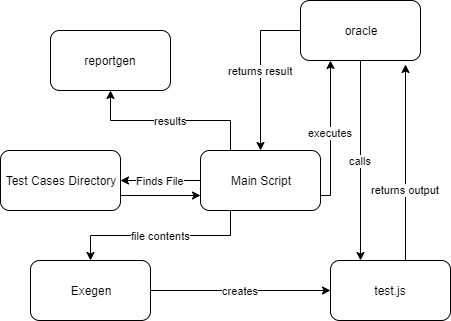
This is assets/Structural-Diagram-New.png from swapnil1198s/Nightscout-test-scripting, a draw.io export, as it was before one commit. Source tidied: cells renumbered, new cells last; positions are measured from the earlier drawing's top-left corner, leaving out a move shared by most shapes. The source it was exported from:
```xml
<mxGraphModel>
  <root>
    <mxCell id="0" />
    <mxCell id="1" parent="0" />
    <mxCell id="2" value="Finds File" style="edgeStyle=orthogonalEdgeStyle;rounded=0;jettySize=auto;html=1;" parent="1" edge="1" source="6" target="8">
      <mxGeometry relative="1" as="geometry" />
    </mxCell>
    <mxCell id="3" value="file contents" style="edgeStyle=orthogonalEdgeStyle;rounded=0;jettySize=auto;html=1;exitX=0.25;exitY=1;exitDx=0;exitDy=0;entryX=0.5;entryY=0;entryDx=0;entryDy=0;" parent="1" edge="1" source="6" target="9">
      <mxGeometry relative="1" as="geometry" />
    </mxCell>
    <mxCell id="4" value="executes" style="edgeStyle=orthogonalEdgeStyle;rounded=0;jettySize=auto;html=1;exitX=1;exitY=0.75;exitDx=0;exitDy=0;entryX=0.25;entryY=1;entryDx=0;entryDy=0;" parent="1" edge="1" source="6" target="13">
      <mxGeometry relative="1" as="geometry">
        <Array as="points">
          <mxPoint x="330" y="195" />
        </Array>
      </mxGeometry>
    </mxCell>
    <mxCell id="5" value="results" style="edgeStyle=orthogonalEdgeStyle;rounded=0;jettySize=auto;html=1;exitX=0.25;exitY=0;exitDx=0;exitDy=0;entryX=0.5;entryY=1;entryDx=0;entryDy=0;" parent="1" edge="1" source="6" target="14">
      <mxGeometry relative="1" as="geometry" />
    </mxCell>
    <mxCell id="6" value="Main Script" style="rounded=1;whiteSpace=wrap;html=1;" parent="1" vertex="1">
      <mxGeometry x="200" y="150" width="120" height="60" as="geometry" />
    </mxCell>
    <mxCell id="7" style="edgeStyle=orthogonalEdgeStyle;rounded=0;jettySize=auto;html=1;exitX=1;exitY=0.75;exitDx=0;exitDy=0;entryX=0;entryY=0.75;entryDx=0;entryDy=0;" parent="1" edge="1" source="8" target="6">
      <mxGeometry relative="1" as="geometry" />
    </mxCell>
    <mxCell id="8" value="Test Cases Directory" style="rounded=1;whiteSpace=wrap;html=1;" parent="1" vertex="1">
      <mxGeometry y="150" width="120" height="60" as="geometry" />
    </mxCell>
    <mxCell id="9" value="Exegen" style="rounded=1;whiteSpace=wrap;html=1;" parent="1" vertex="1">
      <mxGeometry x="30" y="260" width="120" height="60" as="geometry" />
    </mxCell>
    <mxCell id="10" value="returns output" style="edgeStyle=orthogonalEdgeStyle;rounded=0;jettySize=auto;html=1;entryX=0.875;entryY=1.067;entryDx=0;entryDy=0;entryPerimeter=0;exitX=0.633;exitY=0;exitDx=0;exitDy=0;exitPerimeter=0;" parent="1" edge="1" source="15" target="13">
      <mxGeometry relative="1" as="geometry">
        <Array as="points">
          <mxPoint x="406" y="287" />
          <mxPoint x="405" y="287" />
        </Array>
      </mxGeometry>
    </mxCell>
    <mxCell id="11" value="returns result" style="edgeStyle=orthogonalEdgeStyle;rounded=0;jettySize=auto;html=1;exitX=0;exitY=0.5;exitDx=0;exitDy=0;entryX=0.5;entryY=0;entryDx=0;entryDy=0;" parent="1" edge="1" source="13" target="6">
      <mxGeometry relative="1" as="geometry">
        <Array as="points">
          <mxPoint x="260" y="30" />
        </Array>
      </mxGeometry>
    </mxCell>
    <mxCell id="12" value="calls" style="edgeStyle=orthogonalEdgeStyle;rounded=0;jettySize=auto;html=1;exitX=0.5;exitY=1;exitDx=0;exitDy=0;entryX=0.25;entryY=0;entryDx=0;entryDy=0;" parent="1" edge="1" source="13" target="15">
      <mxGeometry relative="1" as="geometry" />
    </mxCell>
    <mxCell id="13" value="oracle" style="rounded=1;whiteSpace=wrap;html=1;" parent="1" vertex="1">
      <mxGeometry x="300" width="120" height="60" as="geometry" />
    </mxCell>
    <mxCell id="14" value="reportgen" style="rounded=1;whiteSpace=wrap;html=1;" parent="1" vertex="1">
      <mxGeometry x="50" y="30" width="120" height="60" as="geometry" />
    </mxCell>
    <mxCell id="15" value="test.js" style="rounded=1;whiteSpace=wrap;html=1;" parent="1" vertex="1">
      <mxGeometry x="330" y="260" width="120" height="60" as="geometry" />
    </mxCell>
    <mxCell id="16" value="creates" style="edgeStyle=orthogonalEdgeStyle;rounded=0;jettySize=auto;html=1;exitX=1;exitY=0.5;exitDx=0;exitDy=0;entryX=0;entryY=0.5;entryDx=0;entryDy=0;" parent="1" edge="1" source="9" target="15">
      <mxGeometry relative="1" as="geometry" />
    </mxCell>
  </root>
</mxGraphModel>
```
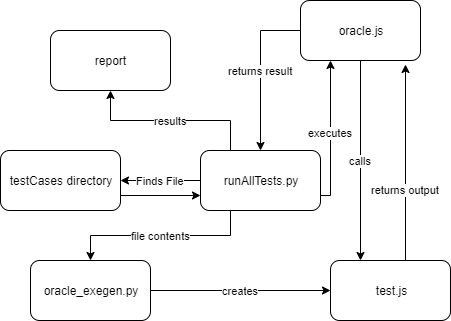
The same diagram one commit later.

Diff of the diagram source:
```diff
@@ -18,16 +18,16 @@
     <mxCell id="5" value="results" style="edgeStyle=orthogonalEdgeStyle;rounded=0;jettySize=auto;html=1;exitX=0.25;exitY=0;exitDx=0;exitDy=0;entryX=0.5;entryY=1;entryDx=0;entryDy=0;" parent="1" edge="1" source="6" target="14">
       <mxGeometry relative="1" as="geometry" />
     </mxCell>
-    <mxCell id="6" value="Main Script" style="rounded=1;whiteSpace=wrap;html=1;" parent="1" vertex="1">
+    <mxCell id="6" value="runAllTests.py" style="rounded=1;whiteSpace=wrap;html=1;" parent="1" vertex="1">
       <mxGeometry x="200" y="150" width="120" height="60" as="geometry" />
     </mxCell>
     <mxCell id="7" style="edgeStyle=orthogonalEdgeStyle;rounded=0;jettySize=auto;html=1;exitX=1;exitY=0.75;exitDx=0;exitDy=0;entryX=0;entryY=0.75;entryDx=0;entryDy=0;" parent="1" edge="1" source="8" target="6">
       <mxGeometry relative="1" as="geometry" />
     </mxCell>
-    <mxCell id="8" value="Test Cases Directory" style="rounded=1;whiteSpace=wrap;html=1;" parent="1" vertex="1">
+    <mxCell id="8" value="testCases directory" style="rounded=1;whiteSpace=wrap;html=1;" parent="1" vertex="1">
       <mxGeometry y="150" width="120" height="60" as="geometry" />
     </mxCell>
-    <mxCell id="9" value="Exegen" style="rounded=1;whiteSpace=wrap;html=1;" parent="1" vertex="1">
+    <mxCell id="9" value="oracle_exegen.py" style="rounded=1;whiteSpace=wrap;html=1;" parent="1" vertex="1">
       <mxGeometry x="30" y="260" width="120" height="60" as="geometry" />
     </mxCell>
     <mxCell id="10" value="returns output" style="edgeStyle=orthogonalEdgeStyle;rounded=0;jettySize=auto;html=1;entryX=0.875;entryY=1.067;entryDx=0;entryDy=0;entryPerimeter=0;exitX=0.633;exitY=0;exitDx=0;exitDy=0;exitPerimeter=0;" parent="1" edge="1" source="15" target="13">
@@ -48,10 +48,10 @@
     <mxCell id="12" value="calls" style="edgeStyle=orthogonalEdgeStyle;rounded=0;jettySize=auto;html=1;exitX=0.5;exitY=1;exitDx=0;exitDy=0;entryX=0.25;entryY=0;entryDx=0;entryDy=0;" parent="1" edge="1" source="13" target="15">
       <mxGeometry relative="1" as="geometry" />
     </mxCell>
-    <mxCell id="13" value="oracle" style="rounded=1;whiteSpace=wrap;html=1;" parent="1" vertex="1">
+    <mxCell id="13" value="oracle.js" style="rounded=1;whiteSpace=wrap;html=1;" parent="1" vertex="1">
       <mxGeometry x="300" width="120" height="60" as="geometry" />
     </mxCell>
-    <mxCell id="14" value="reportgen" style="rounded=1;whiteSpace=wrap;html=1;" parent="1" vertex="1">
+    <mxCell id="14" value="report" style="rounded=1;whiteSpace=wrap;html=1;" parent="1" vertex="1">
       <mxGeometry x="50" y="30" width="120" height="60" as="geometry" />
     </mxCell>
     <mxCell id="15" value="test.js" style="rounded=1;whiteSpace=wrap;html=1;" parent="1" vertex="1">
```
